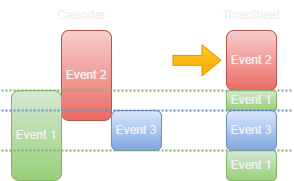
This is images/Parralel1.png from JanVasko1/KM-Calendar_Reading, a draw.io export, as it was before one commit. Source tidied: cells renumbered, new cells last; positions are measured from the earlier drawing's top-left corner, leaving out a move shared by most shapes. The source it was exported from:
```xml
<mxGraphModel>
  <root>
    <mxCell id="0" />
    <mxCell id="1" parent="0" />
    <mxCell id="2" value="Event 2" style="rounded=1;whiteSpace=wrap;html=1;fillColor=#f8cecc;strokeColor=#b85450;gradientColor=#ea6b66;" parent="1" vertex="1">
      <mxGeometry x="60" y="30" width="50" height="90" as="geometry" />
    </mxCell>
    <mxCell id="3" value="Calendar" style="text;html=1;align=center;verticalAlign=middle;whiteSpace=wrap;rounded=0;" parent="1" vertex="1">
      <mxGeometry x="50" width="60" height="30" as="geometry" />
    </mxCell>
    <mxCell id="4" value="TimeSheet" style="text;html=1;align=center;verticalAlign=middle;whiteSpace=wrap;rounded=0;" parent="1" vertex="1">
      <mxGeometry x="220" width="60" height="30" as="geometry" />
    </mxCell>
    <mxCell id="5" value="Event 2" style="rounded=1;whiteSpace=wrap;html=1;fillColor=#f8cecc;strokeColor=#b85450;gradientColor=#ea6b66;" parent="1" vertex="1">
      <mxGeometry x="225" y="30" width="50" height="60" as="geometry" />
    </mxCell>
    <mxCell id="6" style="shape=flexArrow;endArrow=classic;html=1;rounded=0;fillColor=#ffcd28;gradientColor=#ffa500;strokeColor=#d79b00;" parent="1" edge="1">
      <mxGeometry relative="1" as="geometry">
        <mxPoint x="171" y="59.9" as="sourcePoint" />
        <mxPoint x="220" y="59.9" as="targetPoint" />
      </mxGeometry>
    </mxCell>
    <mxCell id="7" value="Event 1" style="rounded=1;whiteSpace=wrap;html=1;fillColor=#d5e8d4;strokeColor=#82b366;gradientColor=#97d077;" parent="1" vertex="1">
      <mxGeometry x="225" y="150" width="50" height="30" as="geometry" />
    </mxCell>
    <mxCell id="8" value="Event 1" style="rounded=1;whiteSpace=wrap;html=1;fillColor=#d5e8d4;strokeColor=#82b366;gradientColor=#97d077;" parent="1" vertex="1">
      <mxGeometry x="10" y="90" width="50" height="90" as="geometry" />
    </mxCell>
    <mxCell id="9" value="Event 3" style="rounded=1;whiteSpace=wrap;html=1;fillColor=#dae8fc;strokeColor=#6c8ebf;gradientColor=#7ea6e0;" parent="1" vertex="1">
      <mxGeometry x="110" y="110" width="50" height="40" as="geometry" />
    </mxCell>
    <mxCell id="10" value="Event 1" style="rounded=1;whiteSpace=wrap;html=1;fillColor=#d5e8d4;strokeColor=#82b366;gradientColor=#97d077;" parent="1" vertex="1">
      <mxGeometry x="225" y="90" width="50" height="20" as="geometry" />
    </mxCell>
    <mxCell id="11" value="Event 3" style="rounded=1;whiteSpace=wrap;html=1;fillColor=#dae8fc;strokeColor=#6c8ebf;gradientColor=#7ea6e0;" parent="1" vertex="1">
      <mxGeometry x="225" y="110" width="50" height="40" as="geometry" />
    </mxCell>
    <mxCell id="12" style="endArrow=none;dashed=1;html=1;dashPattern=1 1;strokeWidth=2;rounded=0;fillColor=#d5e8d4;strokeColor=#82b366;gradientColor=#97d077;" parent="1" edge="1">
      <mxGeometry relative="1" as="geometry">
        <mxPoint y="90" as="sourcePoint" />
        <mxPoint x="290.3" y="90" as="targetPoint" />
      </mxGeometry>
    </mxCell>
    <mxCell id="13" style="endArrow=none;dashed=1;html=1;dashPattern=1 1;strokeWidth=2;rounded=0;fillColor=#dae8fc;strokeColor=#6c8ebf;gradientColor=#7ea6e0;" parent="1" edge="1">
      <mxGeometry relative="1" as="geometry">
        <mxPoint y="110" as="sourcePoint" />
        <mxPoint x="290.3" y="110" as="targetPoint" />
      </mxGeometry>
    </mxCell>
    <mxCell id="14" style="endArrow=none;dashed=1;html=1;dashPattern=1 1;strokeWidth=2;rounded=0;fillColor=#d5e8d4;strokeColor=#82b366;gradientColor=#97d077;" parent="1" edge="1">
      <mxGeometry relative="1" as="geometry">
        <mxPoint y="150" as="sourcePoint" />
        <mxPoint x="290.3" y="150" as="targetPoint" />
      </mxGeometry>
    </mxCell>
  </root>
</mxGraphModel>
```
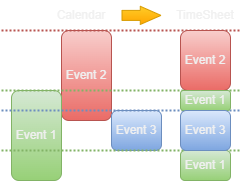
The same file after the commit.

What changed in the source:
```diff
@@ -9,49 +9,55 @@
       <mxGeometry x="50" width="60" height="30" as="geometry" />
     </mxCell>
     <mxCell id="4" value="TimeSheet" style="text;html=1;align=center;verticalAlign=middle;whiteSpace=wrap;rounded=0;" parent="1" vertex="1">
-      <mxGeometry x="220" width="60" height="30" as="geometry" />
+      <mxGeometry x="174" width="60" height="30" as="geometry" />
     </mxCell>
-    <mxCell id="5" value="Event 2" style="rounded=1;whiteSpace=wrap;html=1;fillColor=#f8cecc;strokeColor=#b85450;gradientColor=#ea6b66;" parent="1" vertex="1">
-      <mxGeometry x="225" y="30" width="50" height="60" as="geometry" />
+    <mxCell id="5" value="Event 1" style="rounded=1;whiteSpace=wrap;html=1;fillColor=#d5e8d4;strokeColor=#82b366;gradientColor=#97d077;" parent="1" vertex="1">
+      <mxGeometry x="10" y="90" width="50" height="90" as="geometry" />
     </mxCell>
-    <mxCell id="6" style="shape=flexArrow;endArrow=classic;html=1;rounded=0;fillColor=#ffcd28;gradientColor=#ffa500;strokeColor=#d79b00;" parent="1" edge="1">
-      <mxGeometry relative="1" as="geometry">
-        <mxPoint x="171" y="59.9" as="sourcePoint" />
-        <mxPoint x="220" y="59.9" as="targetPoint" />
-      </mxGeometry>
+    <mxCell id="6" value="Event 3" style="rounded=1;whiteSpace=wrap;html=1;fillColor=#dae8fc;strokeColor=#6c8ebf;gradientColor=#7ea6e0;" parent="1" vertex="1">
+      <mxGeometry x="110" y="110" width="50" height="40" as="geometry" />
     </mxCell>
-    <mxCell id="7" value="Event 1" style="rounded=1;whiteSpace=wrap;html=1;fillColor=#d5e8d4;strokeColor=#82b366;gradientColor=#97d077;" parent="1" vertex="1">
-      <mxGeometry x="225" y="150" width="50" height="30" as="geometry" />
+    <mxCell id="7" style="shape=flexArrow;endArrow=classic;html=1;rounded=0;fillColor=#ffcd28;gradientColor=#ffa500;strokeColor=#d79b00;endWidth=7.209302325581396;endSize=6.574418604651163;" parent="1" edge="1">
+      <mxGeometry relative="1" as="geometry">
+        <mxPoint x="120" y="14.9" as="sourcePoint" />
+        <mxPoint x="160" y="14.9" as="targetPoint" />
+      </mxGeometry>
     </mxCell>
-    <mxCell id="8" value="Event 1" style="rounded=1;whiteSpace=wrap;html=1;fillColor=#d5e8d4;strokeColor=#82b366;gradientColor=#97d077;" parent="1" vertex="1">
-      <mxGeometry x="10" y="90" width="50" height="90" as="geometry" />
+    <mxCell id="8" style="endArrow=none;dashed=1;html=1;dashPattern=1 1;strokeWidth=2;rounded=0;fillColor=#d5e8d4;strokeColor=#82b366;gradientColor=#97d077;" parent="1" edge="1">
+      <mxGeometry relative="1" as="geometry">
+        <mxPoint y="90" as="sourcePoint" />
+        <mxPoint x="240" y="90" as="targetPoint" />
+      </mxGeometry>
     </mxCell>
-    <mxCell id="9" value="Event 3" style="rounded=1;whiteSpace=wrap;html=1;fillColor=#dae8fc;strokeColor=#6c8ebf;gradientColor=#7ea6e0;" parent="1" vertex="1">
-      <mxGeometry x="110" y="110" width="50" height="40" as="geometry" />
+    <mxCell id="9" style="endArrow=none;dashed=1;html=1;dashPattern=1 1;strokeWidth=2;rounded=0;fillColor=#dae8fc;strokeColor=#6c8ebf;gradientColor=#7ea6e0;" parent="1" edge="1">
+      <mxGeometry relative="1" as="geometry">
+        <mxPoint y="110" as="sourcePoint" />
+        <mxPoint x="240" y="110" as="targetPoint" />
+      </mxGeometry>
     </mxCell>
-    <mxCell id="10" value="Event 1" style="rounded=1;whiteSpace=wrap;html=1;fillColor=#d5e8d4;strokeColor=#82b366;gradientColor=#97d077;" parent="1" vertex="1">
-      <mxGeometry x="225" y="90" width="50" height="20" as="geometry" />
+    <mxCell id="10" style="endArrow=none;dashed=1;html=1;dashPattern=1 1;strokeWidth=2;rounded=0;fillColor=#d5e8d4;strokeColor=#82b366;gradientColor=#97d077;" parent="1" edge="1">
+      <mxGeometry relative="1" as="geometry">
+        <mxPoint y="150" as="sourcePoint" />
+        <mxPoint x="240" y="150" as="targetPoint" />
+      </mxGeometry>
     </mxCell>
-    <mxCell id="11" value="Event 3" style="rounded=1;whiteSpace=wrap;html=1;fillColor=#dae8fc;strokeColor=#6c8ebf;gradientColor=#7ea6e0;" parent="1" vertex="1">
-      <mxGeometry x="225" y="110" width="50" height="40" as="geometry" />
+    <mxCell id="11" style="endArrow=none;dashed=1;html=1;dashPattern=1 1;strokeWidth=2;rounded=0;fillColor=#f8cecc;strokeColor=#b85450;gradientColor=#ea6b66;" parent="1" edge="1">
+      <mxGeometry relative="1" as="geometry">
+        <mxPoint y="30" as="sourcePoint" />
+        <mxPoint x="240" y="30" as="targetPoint" />
+      </mxGeometry>
     </mxCell>
-    <mxCell id="12" style="endArrow=none;dashed=1;html=1;dashPattern=1 1;strokeWidth=2;rounded=0;fillColor=#d5e8d4;strokeColor=#82b366;gradientColor=#97d077;" parent="1" edge="1">
-      <mxGeometry relative="1" as="geometry">
-        <mxPoint y="90" as="sourcePoint" />
-        <mxPoint x="290.3" y="90" as="targetPoint" />
-      </mxGeometry>
+    <mxCell id="12" value="Event 2" style="rounded=1;whiteSpace=wrap;html=1;fillColor=#f8cecc;strokeColor=#b85450;gradientColor=#ea6b66;" parent="1" vertex="1">
+      <mxGeometry x="179" y="30" width="50" height="60" as="geometry" />
     </mxCell>
-    <mxCell id="13" style="endArrow=none;dashed=1;html=1;dashPattern=1 1;strokeWidth=2;rounded=0;fillColor=#dae8fc;strokeColor=#6c8ebf;gradientColor=#7ea6e0;" parent="1" edge="1">
-      <mxGeometry relative="1" as="geometry">
-        <mxPoint y="110" as="sourcePoint" />
-        <mxPoint x="290.3" y="110" as="targetPoint" />
-      </mxGeometry>
+    <mxCell id="13" value="Event 1" style="rounded=1;whiteSpace=wrap;html=1;fillColor=#d5e8d4;strokeColor=#82b366;gradientColor=#97d077;" parent="1" vertex="1">
+      <mxGeometry x="179" y="150" width="50" height="30" as="geometry" />
     </mxCell>
-    <mxCell id="14" style="endArrow=none;dashed=1;html=1;dashPattern=1 1;strokeWidth=2;rounded=0;fillColor=#d5e8d4;strokeColor=#82b366;gradientColor=#97d077;" parent="1" edge="1">
-      <mxGeometry relative="1" as="geometry">
-        <mxPoint y="150" as="sourcePoint" />
-        <mxPoint x="290.3" y="150" as="targetPoint" />
-      </mxGeometry>
+    <mxCell id="14" value="Event 1" style="rounded=1;whiteSpace=wrap;html=1;fillColor=#d5e8d4;strokeColor=#82b366;gradientColor=#97d077;" parent="1" vertex="1">
+      <mxGeometry x="179" y="90" width="50" height="20" as="geometry" />
     </mxCell>
+    <mxCell id="15" value="Event 3" style="rounded=1;whiteSpace=wrap;html=1;fillColor=#dae8fc;strokeColor=#6c8ebf;gradientColor=#7ea6e0;" parent="1" vertex="1">
+      <mxGeometry x="179" y="110" width="50" height="40" as="geometry" />
+    </mxCell>
   </root>
 </mxGraphModel>
```
